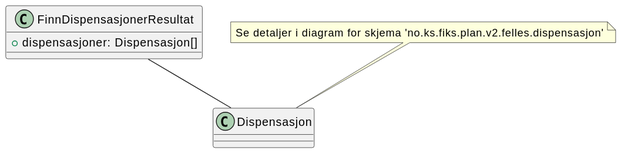
Above: Dokumentasjon/V2/ClassDiagrams/no.ks.fiks.plan.v2.innsyn.dispensasjoner.finn.resultat/dispensasjoner-finn-resultat.svg in ks-no/fiks-plan-specification (PlantUML), before the change.
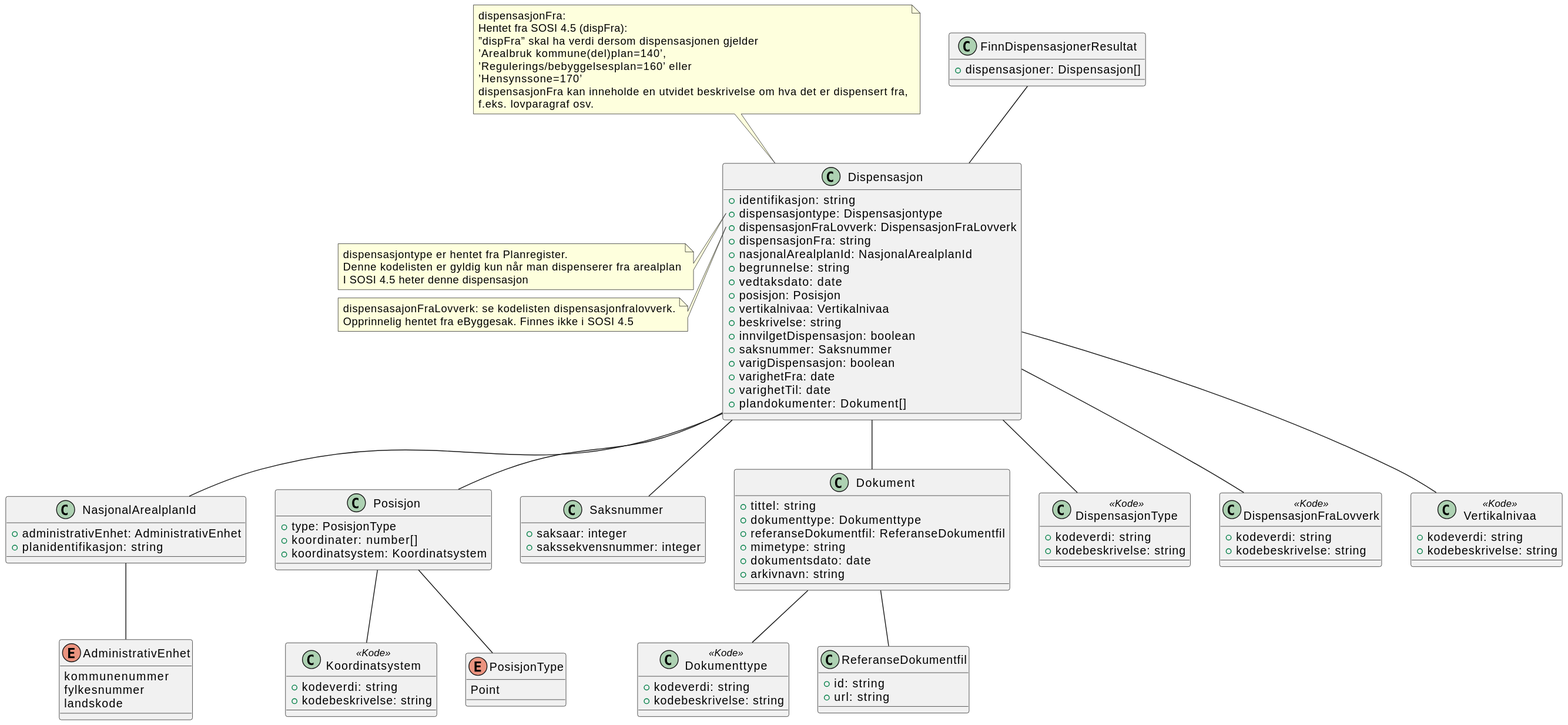
The same file after the commit.

What changed in the source:
```diff
@@ -1,9 +1,9 @@
 @startuml
+!include ./../no.ks.fiks.plan.v2.felles.dispensasjon/dispensasjon.pu
+
 class FinnDispensasjonerResultat {
     +dispensasjoner: Dispensasjon[]
 }
 
 FinnDispensasjonerResultat -- Dispensasjon
-
-note top of Dispensasjon : Se detaljer i diagram for skjema 'no.ks.fiks.plan.v2.felles.dispensasjon'
 @enduml
```
